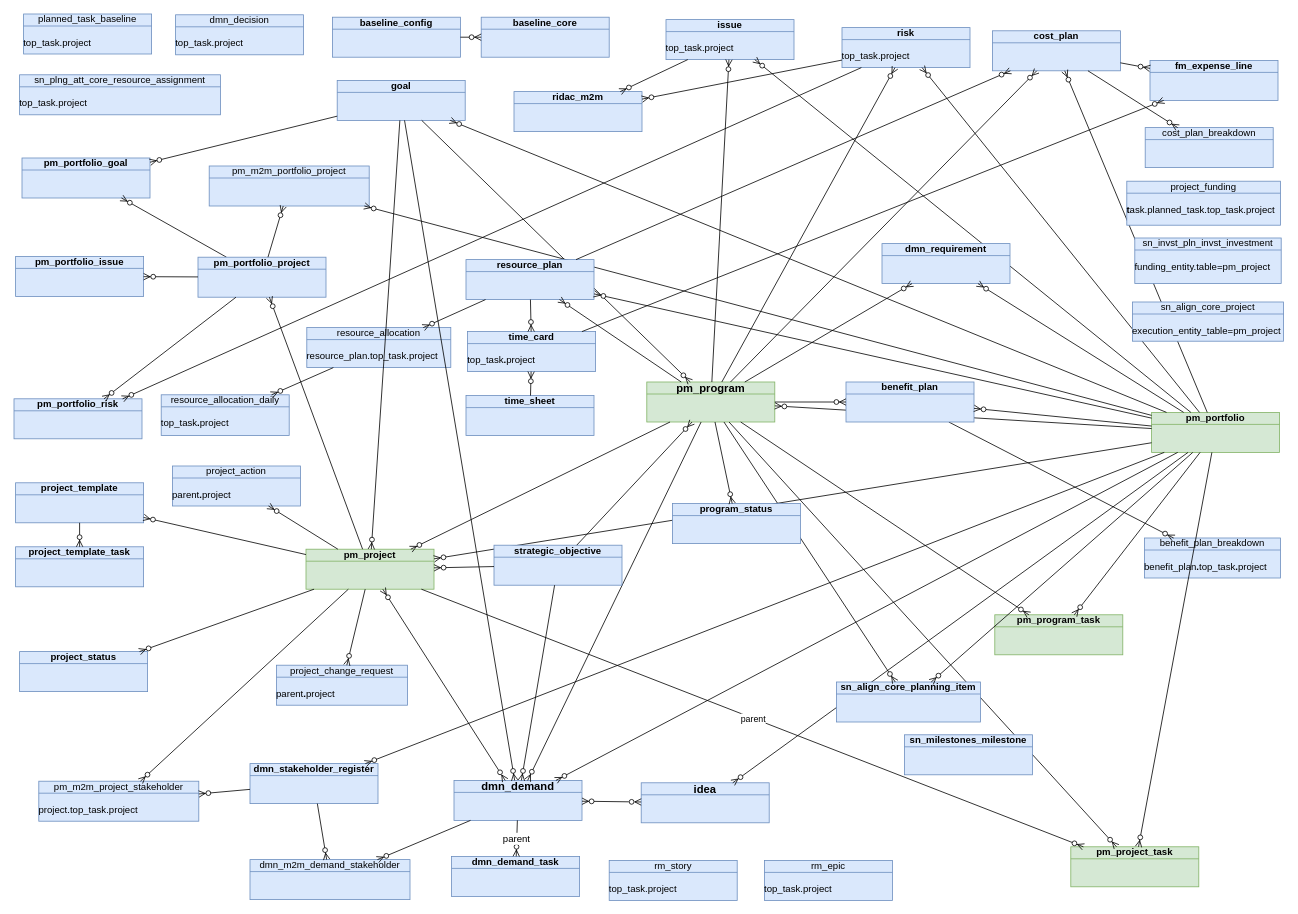
algimas/tmp keeps this draw.io diagram as page "allTables" (3 of 20) of Sar.drawio. Above is the earlier version. Source tidied: cells renumbered, new cells numbered last; positions are measured from the earlier drawing's top-left corner, leaving out a move shared by most shapes. Both pictures are drawn from the tidied source at 80%, with x=0, y=0 at pixel (14, 14).
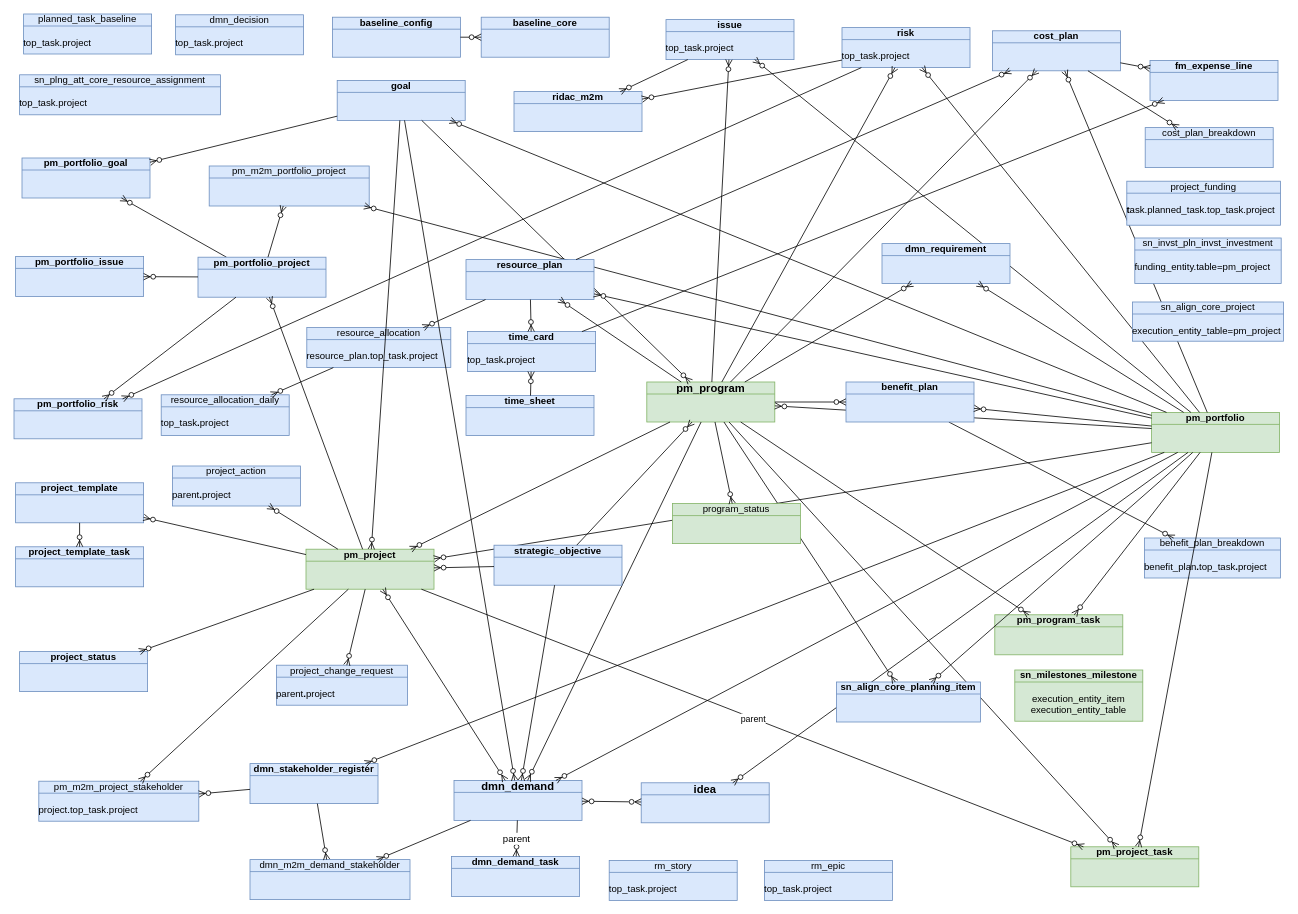
The same page after the edit.

Change to the diagram source:
```diff
@@
-    <mxCell id="103" value="program_status" style="html=1;outlineConnect=0;whiteSpace=wrap;fillColor=#dae8fc;shape=mxgraph.archimate3.businessObject;overflow=fill;strokeColor=#6c8ebf;fontStyle=1;" parent="1" vertex="1">
+    <mxCell id="103" value="program_status" style="html=1;outlineConnect=0;whiteSpace=wrap;fillColor=#d5e8d4;shape=mxgraph.archimate3.businessObject;overflow=fill;strokeColor=#82b366;fontStyle=0;" parent="1" vertex="1">
       <mxGeometry x="823" y="612" width="160" height="50" as="geometry" />
     </mxCell>
@@
-    <mxCell id="118" value="sn_milestones_milestone" style="html=1;whiteSpace=wrap;fillColor=#dae8fc;shape=mxgraph.archimate3.businessObject;overflow=fill;strokeColor=#6c8ebf;fontStyle=1;" parent="1" vertex="1">
-      <mxGeometry x="1113" y="901" width="160" height="50" as="geometry" />
+    <mxCell id="118" value="&lt;div&gt;&lt;b&gt;sn_milestones_milestone&lt;/b&gt;&lt;/div&gt;&lt;div&gt;&lt;br&gt;&lt;/div&gt;&lt;div&gt;execution_entity_item&lt;br&gt;execution_entity_table&lt;/div&gt;" style="html=1;whiteSpace=wrap;fillColor=#d5e8d4;shape=mxgraph.archimate3.businessObject;overflow=fill;strokeColor=#82b366;fontStyle=0;" parent="1" vertex="1">
+      <mxGeometry x="1251" y="820" width="160" height="64" as="geometry" />
     </mxCell>
```
